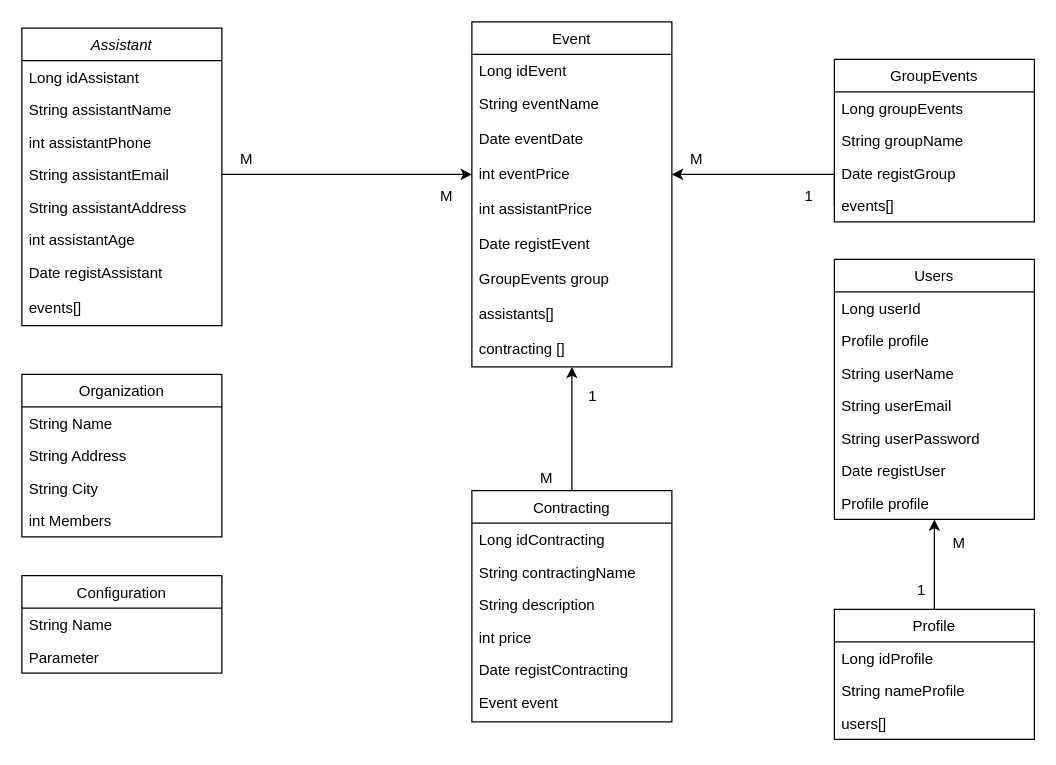
This is Documents/BBDD_V4.drawio from CBTomas/Personal-Project, a draw.io file, before an edit. Source tidied: cells renumbered, new cells numbered last; positions are measured from the earlier drawing's top-left corner, leaving out a move shared by most shapes. Both pictures are drawn from the tidied source at 125%, with x=0, y=0 at pixel (21, 21).
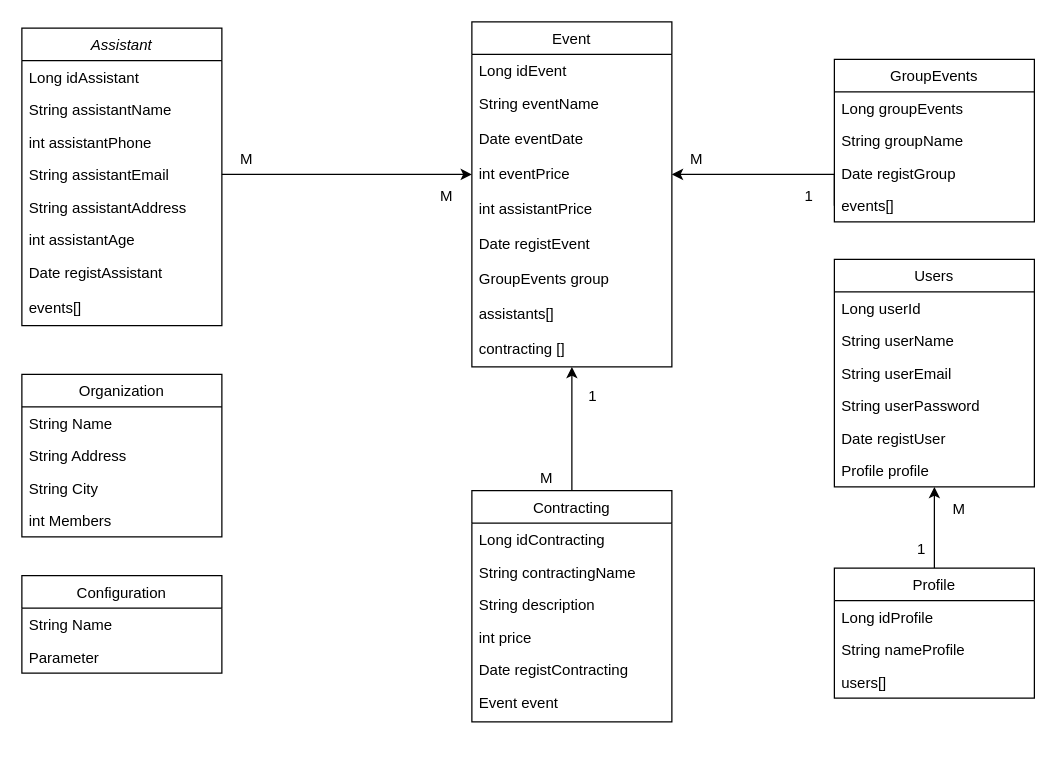
Above is the later version.

The edit, as a diff of the source:
```diff
@@
     <mxCell id="46" value="Users" style="swimlane;fontStyle=0;align=center;verticalAlign=top;horizontal=1;startSize=26;rounded=0;shadow=0;strokeWidth=1;" parent="1" vertex="1">
-      <mxGeometry x="650" y="190" width="160" height="208" as="geometry" />
+      <mxGeometry x="650" y="190" width="160" height="182" as="geometry" />
     </mxCell>
@@
-    <mxCell id="48" value="Profile profile" style="text;align=left;verticalAlign=top;spacingLeft=4;spacingRight=4;overflow=hidden;" parent="46" vertex="1">
-      <mxGeometry y="52" width="160" height="26" as="geometry" />
-    </mxCell>
     <mxCell id="49" value="String userName" style="text;align=left;verticalAlign=top;spacingLeft=4;spacingRight=4;overflow=hidden;" parent="46" vertex="1">
-      <mxGeometry y="78" width="160" height="26" as="geometry" />
+      <mxGeometry y="52" width="160" height="26" as="geometry" />
     </mxCell>
     <mxCell id="50" value="String userEmail" style="text;align=left;verticalAlign=top;spacingLeft=4;spacingRight=4;overflow=hidden;" parent="46" vertex="1">
-      <mxGeometry y="104" width="160" height="26" as="geometry" />
+      <mxGeometry y="78" width="160" height="26" as="geometry" />
     </mxCell>
     <mxCell id="51" value="String userPassword" style="text;align=left;verticalAlign=top;spacingLeft=4;spacingRight=4;overflow=hidden;" parent="46" vertex="1">
-      <mxGeometry y="130" width="160" height="26" as="geometry" />
+      <mxGeometry y="104" width="160" height="26" as="geometry" />
     </mxCell>
     <mxCell id="52" value="Date registUser" style="text;align=left;verticalAlign=top;spacingLeft=4;spacingRight=4;overflow=hidden;" parent="46" vertex="1">
-      <mxGeometry y="156" width="160" height="26" as="geometry" />
+      <mxGeometry y="130" width="160" height="26" as="geometry" />
     </mxCell>
     <mxCell id="53" value="Profile profile" style="text;align=left;verticalAlign=top;spacingLeft=4;spacingRight=4;overflow=hidden;" parent="46" vertex="1">
-      <mxGeometry y="182" width="160" height="26" as="geometry" />
+      <mxGeometry y="156" width="160" height="26" as="geometry" />
     </mxCell>
@@
     <mxCell id="55" value="Profile" style="swimlane;fontStyle=0;align=center;verticalAlign=top;horizontal=1;startSize=26;rounded=0;shadow=0;strokeWidth=1;" parent="1" vertex="1">
-      <mxGeometry x="650" y="470" width="160" height="104" as="geometry" />
+      <mxGeometry x="650" y="437" width="160" height="104" as="geometry" />
     </mxCell>
@@
     <mxCell id="59" value="M" style="text;html=1;strokeColor=none;fillColor=none;align=center;verticalAlign=middle;whiteSpace=wrap;rounded=0;" parent="1" vertex="1">
-      <mxGeometry x="740" y="407" width="20" height="20" as="geometry" />
+      <mxGeometry x="740" y="380" width="20" height="20" as="geometry" />
     </mxCell>
     <mxCell id="60" value="1" style="text;html=1;strokeColor=none;fillColor=none;align=center;verticalAlign=middle;whiteSpace=wrap;rounded=0;" parent="1" vertex="1">
-      <mxGeometry x="710" y="445" width="20" height="20" as="geometry" />
+      <mxGeometry x="710" y="412" width="20" height="20" as="geometry" />
     </mxCell>
```
